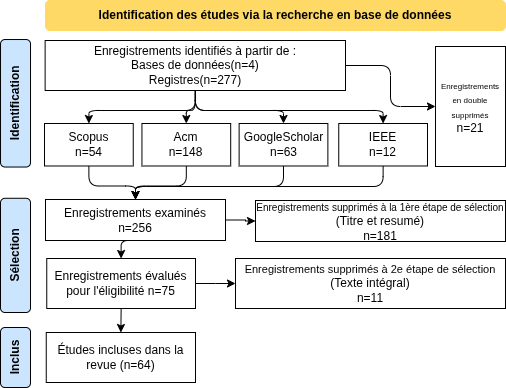
Above: Images/prisma_diagram.png in Eliezermga/bachelor-thesis (draw.io), before the change. Source tidied: cells renumbered, new cells last; positions are measured from the earlier drawing's top-left corner, leaving out a move shared by most shapes.
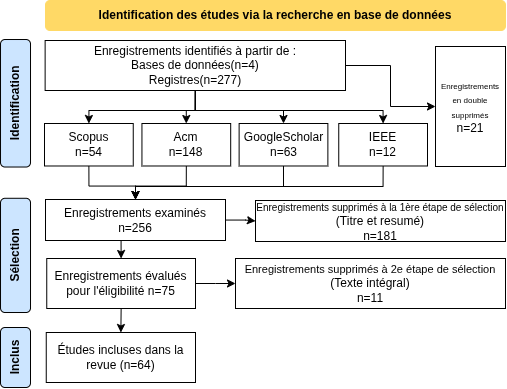
The same diagram one commit later.

Commit message:
docs: add PRISMA 2020 reference to bibliography and update diagram caption in state of the art chapter

Change to the diagram source:
```diff
@@ -14,7 +14,7 @@
     <mxCell id="5" style="edgeStyle=orthogonalEdgeStyle;rounded=0;jettySize=auto;html=1;entryX=0;entryY=0.5;entryDx=0;entryDy=0;" parent="1" edge="1" source="7" target="4">
       <mxGeometry relative="1" as="geometry" />
     </mxCell>
-    <mxCell id="6" style="edgeStyle=orthogonalEdgeStyle;rounded=1;jettySize=auto;html=1;exitX=0.5;exitY=1;exitDx=0;exitDy=0;entryX=0.5;entryY=0;entryDx=0;entryDy=0;curved=0;" parent="1" edge="1" source="7" target="11">
+    <mxCell id="6" style="edgeStyle=orthogonalEdgeStyle;rounded=0;jettySize=auto;html=1;exitX=0.5;exitY=1;exitDx=0;exitDy=0;entryX=0.5;entryY=0;entryDx=0;entryDy=0;curved=0;" parent="1" edge="1" source="7" target="11">
       <mxGeometry relative="1" as="geometry" />
     </mxCell>
     <mxCell id="7" value="Enregistrements examinés&lt;br&gt;&lt;div&gt;n=256&lt;/div&gt;" style="rounded=0;whiteSpace=wrap;html=1;" parent="1" vertex="1">
@@ -38,19 +38,19 @@
     <mxCell id="13" value="&lt;b&gt;Identification&lt;/b&gt;" style="rounded=1;whiteSpace=wrap;html=1;rotation=-90;fillColor=#CCE5FF;" parent="1" vertex="1">
       <mxGeometry x="0.3" y="87.8" width="127.5" height="30" as="geometry" />
     </mxCell>
-    <mxCell id="14" style="edgeStyle=orthogonalEdgeStyle;rounded=1;jettySize=auto;html=1;exitX=1;exitY=0.5;exitDx=0;exitDy=0;entryX=0;entryY=0.5;entryDx=0;entryDy=0;curved=0;" parent="1" edge="1" source="19" target="26">
+    <mxCell id="14" style="edgeStyle=orthogonalEdgeStyle;rounded=0;jettySize=auto;html=1;exitX=1;exitY=0.5;exitDx=0;exitDy=0;entryX=0;entryY=0.5;entryDx=0;entryDy=0;curved=0;" parent="1" edge="1" source="19" target="26">
       <mxGeometry relative="1" as="geometry" />
     </mxCell>
-    <mxCell id="15" style="edgeStyle=orthogonalEdgeStyle;rounded=1;jettySize=auto;html=1;exitX=0.5;exitY=1;exitDx=0;exitDy=0;entryX=0.5;entryY=0;entryDx=0;entryDy=0;curved=0;" parent="1" edge="1" source="19" target="21">
+    <mxCell id="15" style="edgeStyle=orthogonalEdgeStyle;rounded=0;jettySize=auto;html=1;exitX=0.5;exitY=1;exitDx=0;exitDy=0;entryX=0.5;entryY=0;entryDx=0;entryDy=0;curved=0;" parent="1" edge="1" source="19" target="21">
       <mxGeometry relative="1" as="geometry" />
     </mxCell>
-    <mxCell id="16" style="edgeStyle=orthogonalEdgeStyle;rounded=1;jettySize=auto;html=1;exitX=0.5;exitY=1;exitDx=0;exitDy=0;curved=0;" parent="1" edge="1" source="19" target="23">
+    <mxCell id="16" style="edgeStyle=orthogonalEdgeStyle;rounded=0;jettySize=auto;html=1;exitX=0.5;exitY=1;exitDx=0;exitDy=0;curved=0;" parent="1" edge="1" source="19" target="23">
       <mxGeometry relative="1" as="geometry" />
     </mxCell>
-    <mxCell id="17" style="edgeStyle=orthogonalEdgeStyle;rounded=1;jettySize=auto;html=1;exitX=0.5;exitY=1;exitDx=0;exitDy=0;entryX=0.5;entryY=0;entryDx=0;entryDy=0;curved=0;" parent="1" edge="1" source="19" target="25">
+    <mxCell id="17" style="edgeStyle=orthogonalEdgeStyle;rounded=0;jettySize=auto;html=1;exitX=0.5;exitY=1;exitDx=0;exitDy=0;entryX=0.5;entryY=0;entryDx=0;entryDy=0;curved=0;" parent="1" edge="1" source="19" target="25">
       <mxGeometry relative="1" as="geometry" />
     </mxCell>
-    <mxCell id="18" style="edgeStyle=orthogonalEdgeStyle;rounded=1;jettySize=auto;html=1;exitX=0.5;exitY=1;exitDx=0;exitDy=0;entryX=0.5;entryY=0;entryDx=0;entryDy=0;curved=0;" parent="1" edge="1" source="19" target="28">
+    <mxCell id="18" style="edgeStyle=orthogonalEdgeStyle;rounded=0;jettySize=auto;html=1;exitX=0.5;exitY=1;exitDx=0;exitDy=0;entryX=0.5;entryY=0;entryDx=0;entryDy=0;curved=0;" parent="1" edge="1" source="19" target="28">
       <mxGeometry relative="1" as="geometry">
         <Array as="points">
           <mxPoint x="244" y="110" />
@@ -61,19 +61,19 @@
     <mxCell id="19" value="Enregistrements identifiés à partir de :&lt;br&gt;&lt;div&gt;Bases de données(n=4)&lt;/div&gt;&lt;div&gt;Registres(n=277)&lt;/div&gt;" style="rounded=0;whiteSpace=wrap;html=1;" parent="1" vertex="1">
       <mxGeometry x="93.6" y="40" width="300.4" height="50" as="geometry" />
     </mxCell>
-    <mxCell id="20" style="edgeStyle=orthogonalEdgeStyle;rounded=1;jettySize=auto;html=1;exitX=0.5;exitY=1;exitDx=0;exitDy=0;entryX=0.5;entryY=0;entryDx=0;entryDy=0;curved=0;" parent="1" edge="1" source="21" target="7">
+    <mxCell id="20" style="edgeStyle=orthogonalEdgeStyle;rounded=0;jettySize=auto;html=1;exitX=0.5;exitY=1;exitDx=0;exitDy=0;entryX=0.5;entryY=0;entryDx=0;entryDy=0;curved=0;" parent="1" edge="1" source="21" target="7">
       <mxGeometry relative="1" as="geometry" />
     </mxCell>
     <mxCell id="21" value="Scopus&lt;div&gt;n=54&lt;/div&gt;" style="rounded=0;whiteSpace=wrap;html=1;" parent="1" vertex="1">
       <mxGeometry x="93" y="123" width="88.8" height="42.5" as="geometry" />
     </mxCell>
-    <mxCell id="22" style="edgeStyle=orthogonalEdgeStyle;rounded=1;jettySize=auto;html=1;exitX=0.5;exitY=1;exitDx=0;exitDy=0;curved=0;" parent="1" edge="1" source="23" target="7">
+    <mxCell id="22" style="edgeStyle=orthogonalEdgeStyle;rounded=0;jettySize=auto;html=1;exitX=0.5;exitY=1;exitDx=0;exitDy=0;curved=0;" parent="1" edge="1" source="23" target="7">
       <mxGeometry relative="1" as="geometry" />
     </mxCell>
     <mxCell id="23" value="Acm&lt;div&gt;n=148&lt;/div&gt;" style="rounded=0;whiteSpace=wrap;html=1;" parent="1" vertex="1">
       <mxGeometry x="190.4" y="123" width="88.8" height="42.5" as="geometry" />
     </mxCell>
-    <mxCell id="24" style="edgeStyle=orthogonalEdgeStyle;rounded=1;jettySize=auto;html=1;exitX=0.5;exitY=1;exitDx=0;exitDy=0;entryX=0.5;entryY=0;entryDx=0;entryDy=0;curved=0;" parent="1" edge="1" source="25" target="7">
+    <mxCell id="24" style="edgeStyle=orthogonalEdgeStyle;rounded=0;jettySize=auto;html=1;exitX=0.5;exitY=1;exitDx=0;exitDy=0;entryX=0.5;entryY=0;entryDx=0;entryDy=0;curved=0;" parent="1" edge="1" source="25" target="7">
       <mxGeometry relative="1" as="geometry">
         <Array as="points">
           <mxPoint x="332" y="186" />
@@ -87,7 +87,7 @@
     <mxCell id="26" value="&lt;font style=&quot;font-size: 8px;&quot;&gt;Enregistrements en double supprimés&lt;/font&gt;&lt;br&gt;&lt;div&gt;n=21&lt;/div&gt;" style="rounded=0;whiteSpace=wrap;html=1;" parent="1" vertex="1">
       <mxGeometry x="484" y="46" width="70" height="120" as="geometry" />
     </mxCell>
-    <mxCell id="27" style="edgeStyle=orthogonalEdgeStyle;rounded=1;jettySize=auto;html=1;exitX=0.5;exitY=1;exitDx=0;exitDy=0;entryX=0.5;entryY=0;entryDx=0;entryDy=0;curved=0;" parent="1" edge="1" source="28" target="7">
+    <mxCell id="27" style="edgeStyle=orthogonalEdgeStyle;rounded=0;jettySize=auto;html=1;exitX=0.5;exitY=1;exitDx=0;exitDy=0;entryX=0.5;entryY=0;entryDx=0;entryDy=0;curved=0;" parent="1" edge="1" source="28" target="7">
       <mxGeometry relative="1" as="geometry">
         <Array as="points">
           <mxPoint x="432" y="186" />
```
